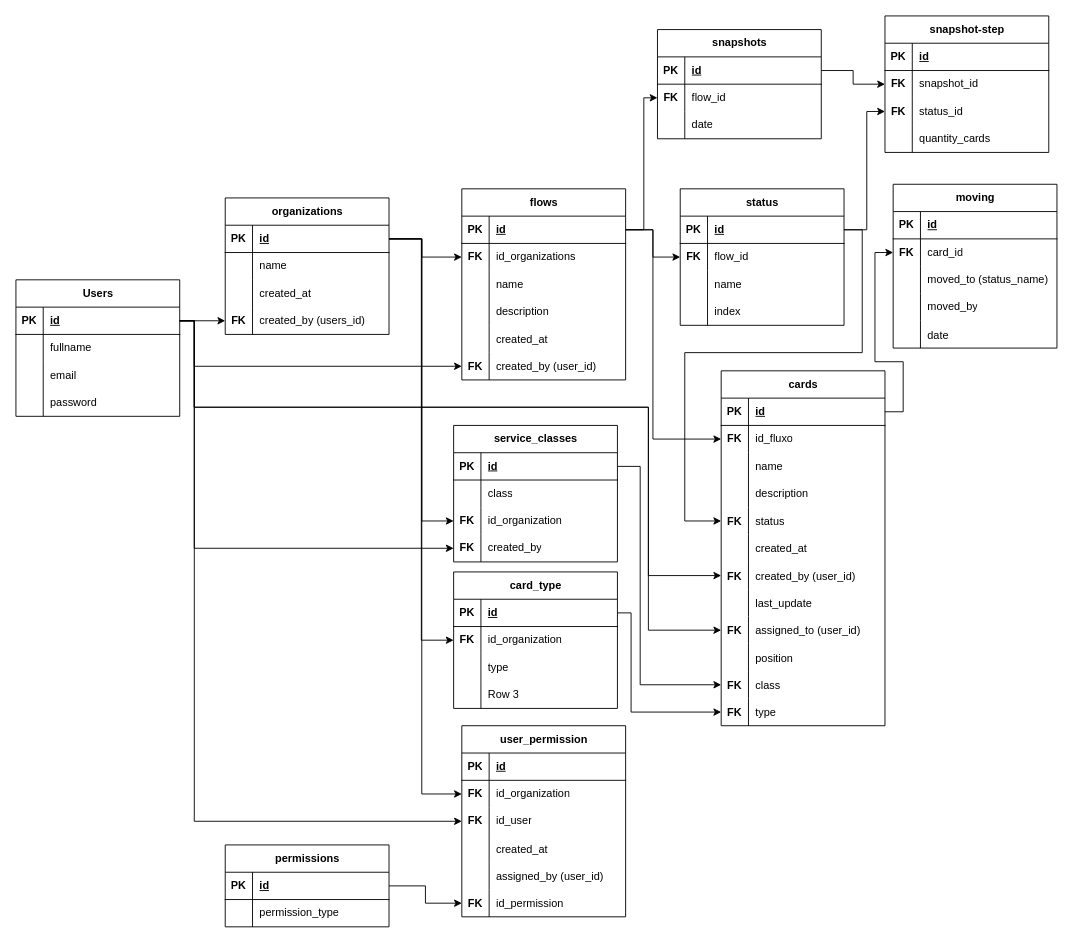
This is tabelas.drawio from andrechamelete/flow-management, a draw.io file, before an edit. Source tidied: cells renumbered, new cells numbered last; positions are measured from the earlier drawing's top-left corner, leaving out a move shared by most shapes. Both pictures are drawn from the tidied source at 91%, with x=0, y=0 at pixel (15, 15).
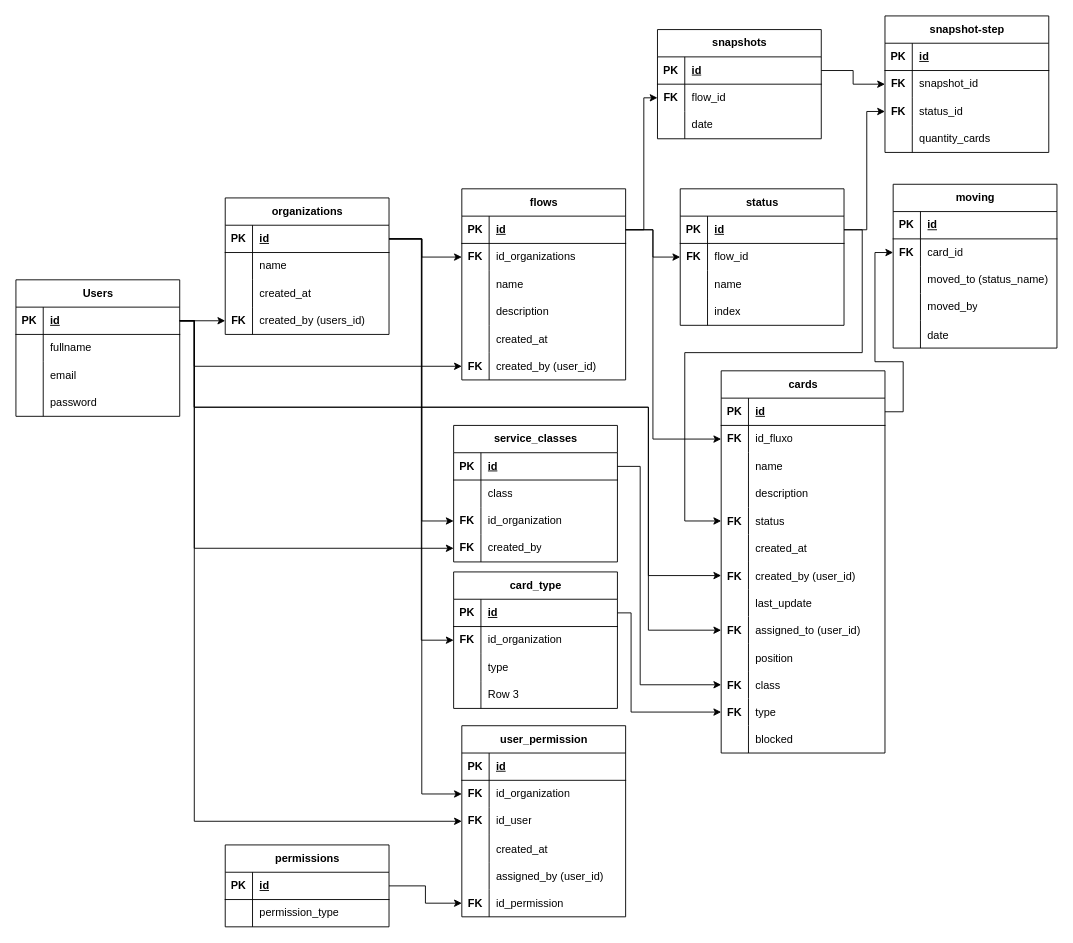
The same page after the edit.

Commit message:
improved tables schema

Change to the diagram source:
```diff
@@
     <mxCell id="56" value="cards" style="shape=table;startSize=30;childLayout=tableLayout;rowLines=0;fontStyle=1;align=center;html=1;" parent="1" vertex="1">
-      <mxGeometry x="775" y="390" width="180" height="390" as="geometry" />
+      <mxGeometry x="775" y="390" width="180" height="420" as="geometry" />
     </mxCell>
@@
+    <mxCell id="210" style="shape=tableRow;horizontal=0;startSize=0;swimlaneHead=0;swimlaneBody=0;fillColor=none;top=0;left=0;right=0;bottom=0;" parent="56" vertex="1">
+      <mxGeometry y="390" width="180" height="30" as="geometry" />
+    </mxCell>
+    <mxCell id="211" style="shape=partialRectangle;fillColor=none;top=0;left=0;bottom=0;right=0;overflow=hidden;fontStyle=1;" parent="210" vertex="1">
+      <mxGeometry width="30" height="30" as="geometry" />
+    </mxCell>
+    <mxCell id="212" value="blocked" style="shape=partialRectangle;fillColor=none;top=0;left=0;bottom=0;right=0;align=left;spacingLeft=6;overflow=hidden;" parent="210" vertex="1">
+      <mxGeometry x="30" width="150" height="30" as="geometry" />
+    </mxCell>
```
